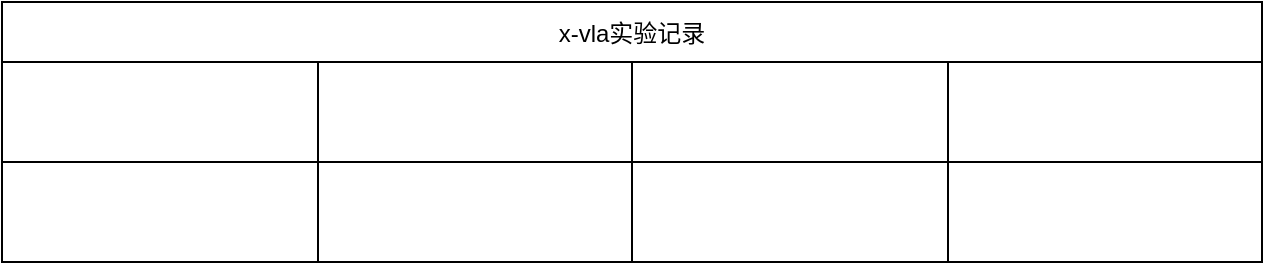
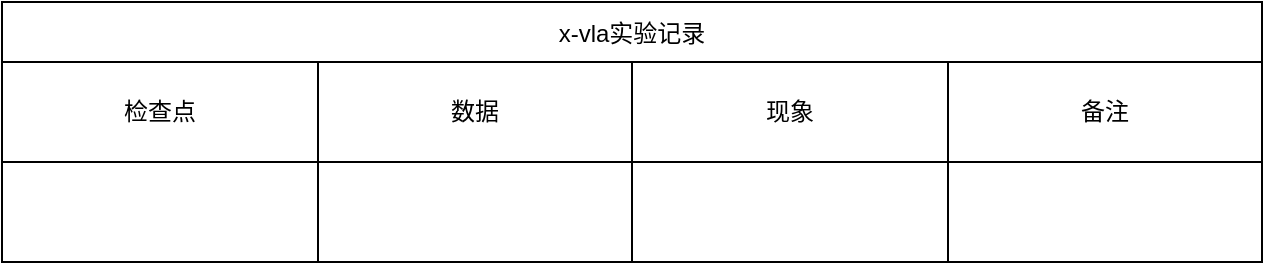
<mxfile host="app.diagrams.net">
  <diagram name="第 1 页" id="bbv3KnApaKkcxtFHJsaO">
    <mxGraphModel dx="1344" dy="764" grid="1" gridSize="10" guides="1" tooltips="1" connect="1" arrows="1" fold="1" page="1" pageScale="1" pageWidth="827" pageHeight="1169" math="0" shadow="0">
      <root>
        <mxCell id="0" />
        <mxCell id="1" parent="0" />
        <mxCell id="XuZmM4o7l536D6S7MHI1-1" parent="1" style="shape=table;startSize=30;container=1;collapsible=0;childLayout=tableLayout;fixedHeader=1;" value="x-vla实验记录" vertex="1">
          <mxGeometry height="130" width="630" x="120" y="120" as="geometry" />
        </mxCell>
        <mxCell id="XuZmM4o7l536D6S7MHI1-2" parent="XuZmM4o7l536D6S7MHI1-1" style="shape=tableRow;horizontal=0;startSize=0;swimlaneHead=0;swimlaneBody=0;strokeColor=inherit;top=0;left=0;bottom=0;right=0;collapsible=0;dropTarget=0;fillColor=none;points=[[0,0.5],[1,0.5]];portConstraint=eastwest;fixedHeader=1;" value="" vertex="1">
          <mxGeometry height="50" width="630" y="30" as="geometry" />
        </mxCell>
-         <mxCell id="XuZmM4o7l536D6S7MHI1-3" parent="XuZmM4o7l536D6S7MHI1-2" style="shape=partialRectangle;html=1;whiteSpace=wrap;connectable=0;strokeColor=inherit;overflow=hidden;fillColor=none;top=0;left=0;bottom=0;right=0;pointerEvents=1;" value="" vertex="1">
+         <mxCell id="XuZmM4o7l536D6S7MHI1-3" parent="XuZmM4o7l536D6S7MHI1-2" style="shape=partialRectangle;html=1;whiteSpace=wrap;connectable=0;strokeColor=inherit;overflow=hidden;fillColor=none;top=0;left=0;bottom=0;right=0;pointerEvents=1;" value="检查点" vertex="1">
          <mxGeometry height="50" width="158" as="geometry">
            <mxRectangle height="50" width="158" as="alternateBounds" />
          </mxGeometry>
        </mxCell>
-         <mxCell id="XuZmM4o7l536D6S7MHI1-4" parent="XuZmM4o7l536D6S7MHI1-2" style="shape=partialRectangle;html=1;whiteSpace=wrap;connectable=0;strokeColor=inherit;overflow=hidden;fillColor=none;top=0;left=0;bottom=0;right=0;pointerEvents=1;" value="" vertex="1">
+         <mxCell id="XuZmM4o7l536D6S7MHI1-4" parent="XuZmM4o7l536D6S7MHI1-2" style="shape=partialRectangle;html=1;whiteSpace=wrap;connectable=0;strokeColor=inherit;overflow=hidden;fillColor=none;top=0;left=0;bottom=0;right=0;pointerEvents=1;" value="数据" vertex="1">
          <mxGeometry height="50" width="157" x="158" as="geometry">
            <mxRectangle height="50" width="157" as="alternateBounds" />
          </mxGeometry>
        </mxCell>
-         <mxCell id="XuZmM4o7l536D6S7MHI1-5" parent="XuZmM4o7l536D6S7MHI1-2" style="shape=partialRectangle;html=1;whiteSpace=wrap;connectable=0;strokeColor=inherit;overflow=hidden;fillColor=none;top=0;left=0;bottom=0;right=0;pointerEvents=1;" value="" vertex="1">
+         <mxCell id="XuZmM4o7l536D6S7MHI1-5" parent="XuZmM4o7l536D6S7MHI1-2" style="shape=partialRectangle;html=1;whiteSpace=wrap;connectable=0;strokeColor=inherit;overflow=hidden;fillColor=none;top=0;left=0;bottom=0;right=0;pointerEvents=1;" value="现象" vertex="1">
          <mxGeometry height="50" width="158" x="315" as="geometry">
            <mxRectangle height="50" width="158" as="alternateBounds" />
          </mxGeometry>
        </mxCell>
-         <mxCell id="XuZmM4o7l536D6S7MHI1-6" parent="XuZmM4o7l536D6S7MHI1-2" style="shape=partialRectangle;html=1;whiteSpace=wrap;connectable=0;strokeColor=inherit;overflow=hidden;fillColor=none;top=0;left=0;bottom=0;right=0;pointerEvents=1;" value="" vertex="1">
+         <mxCell id="XuZmM4o7l536D6S7MHI1-6" parent="XuZmM4o7l536D6S7MHI1-2" style="shape=partialRectangle;html=1;whiteSpace=wrap;connectable=0;strokeColor=inherit;overflow=hidden;fillColor=none;top=0;left=0;bottom=0;right=0;pointerEvents=1;" value="备注" vertex="1">
          <mxGeometry height="50" width="157" x="473" as="geometry">
            <mxRectangle height="50" width="157" as="alternateBounds" />
          </mxGeometry>
        </mxCell>
        <mxCell id="XuZmM4o7l536D6S7MHI1-7" parent="XuZmM4o7l536D6S7MHI1-1" style="shape=tableRow;horizontal=0;startSize=0;swimlaneHead=0;swimlaneBody=0;strokeColor=inherit;top=0;left=0;bottom=0;right=0;collapsible=0;dropTarget=0;fillColor=none;points=[[0,0.5],[1,0.5]];portConstraint=eastwest;fixedHeader=1;" value="" vertex="1">
          <mxGeometry height="50" width="630" y="80" as="geometry" />
        </mxCell>
        <mxCell id="XuZmM4o7l536D6S7MHI1-8" parent="XuZmM4o7l536D6S7MHI1-7" style="shape=partialRectangle;html=1;whiteSpace=wrap;connectable=0;strokeColor=inherit;overflow=hidden;fillColor=none;top=0;left=0;bottom=0;right=0;pointerEvents=1;" value="" vertex="1">
          <mxGeometry height="50" width="158" as="geometry">
            <mxRectangle height="50" width="158" as="alternateBounds" />
          </mxGeometry>
        </mxCell>
        <mxCell id="XuZmM4o7l536D6S7MHI1-9" parent="XuZmM4o7l536D6S7MHI1-7" style="shape=partialRectangle;html=1;whiteSpace=wrap;connectable=0;strokeColor=inherit;overflow=hidden;fillColor=none;top=0;left=0;bottom=0;right=0;pointerEvents=1;" value="" vertex="1">
          <mxGeometry height="50" width="157" x="158" as="geometry">
            <mxRectangle height="50" width="157" as="alternateBounds" />
          </mxGeometry>
        </mxCell>
        <mxCell id="XuZmM4o7l536D6S7MHI1-10" parent="XuZmM4o7l536D6S7MHI1-7" style="shape=partialRectangle;html=1;whiteSpace=wrap;connectable=0;strokeColor=inherit;overflow=hidden;fillColor=none;top=0;left=0;bottom=0;right=0;pointerEvents=1;" value="" vertex="1">
          <mxGeometry height="50" width="158" x="315" as="geometry">
            <mxRectangle height="50" width="158" as="alternateBounds" />
          </mxGeometry>
        </mxCell>
        <mxCell id="XuZmM4o7l536D6S7MHI1-11" parent="XuZmM4o7l536D6S7MHI1-7" style="shape=partialRectangle;html=1;whiteSpace=wrap;connectable=0;strokeColor=inherit;overflow=hidden;fillColor=none;top=0;left=0;bottom=0;right=0;pointerEvents=1;" value="" vertex="1">
          <mxGeometry height="50" width="157" x="473" as="geometry">
            <mxRectangle height="50" width="157" as="alternateBounds" />
          </mxGeometry>
        </mxCell>
      </root>
    </mxGraphModel>
  </diagram>
</mxfile>
